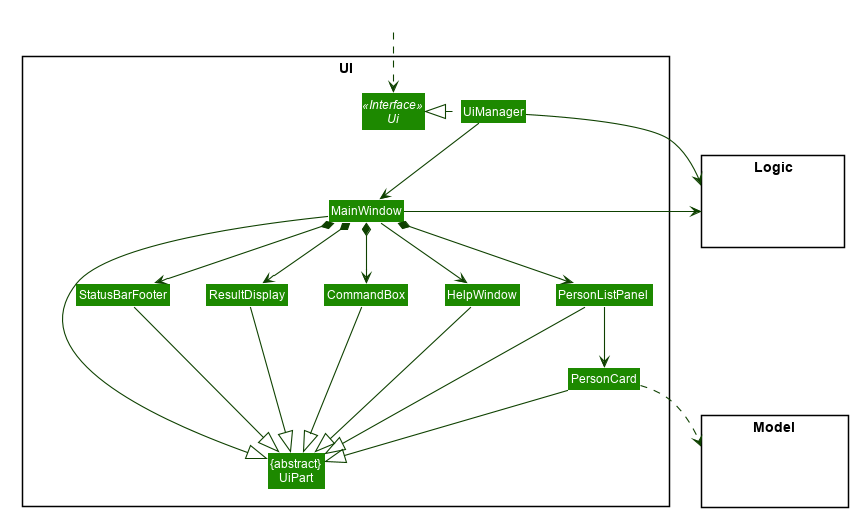
The PlantUML diagram docs/images/UiClassDiagram.png in nus-cs2103-AY1920S1/addressbook-level3, before a commit.
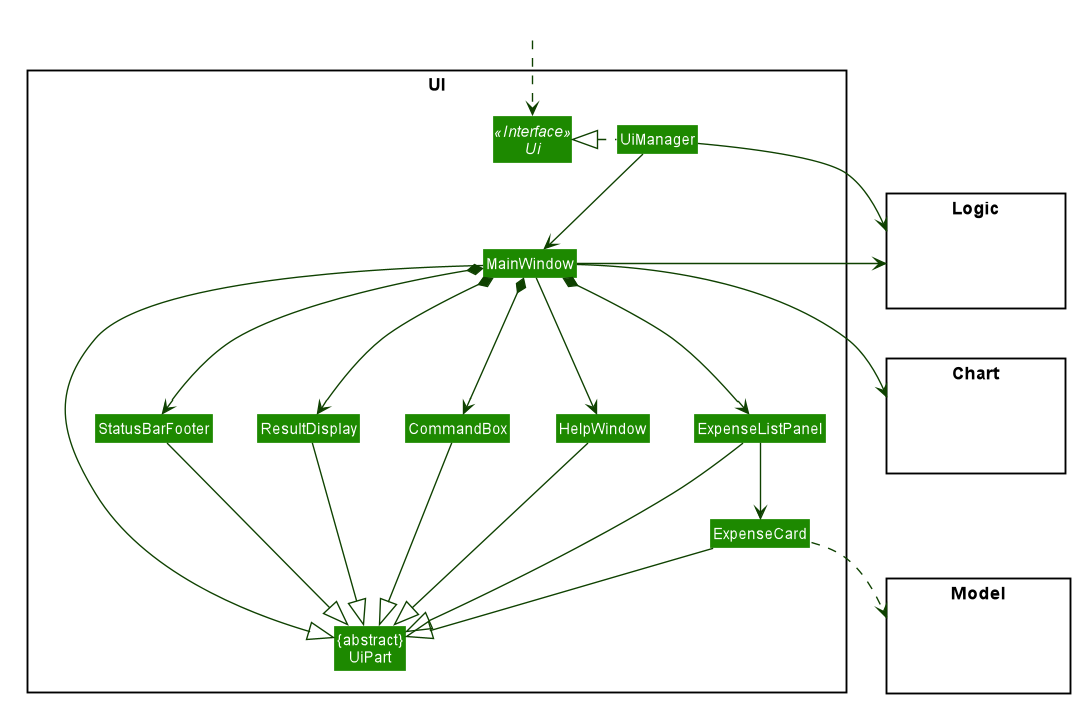
After the change.

Commit message:
Added Chart Component to DG

Change to the diagram source:
```diff
@@ -58,8 +58,8 @@
 Class MainWindow
 Class HelpWindow
 Class ResultDisplay
-Class PersonListPanel
-Class PersonCard
+Class ExpenseListPanel
+Class ExpenseCard
 Class StatusBarFooter
 Class CommandBox
 }
@@ -72,6 +72,10 @@
 Class HiddenLogic #FFFFFF
 }
 
+package Chart <<Rectangle>> {
+Class HiddenChart #FFFFFF
+}
+
 Class HiddenOutside #FFFFFF
 HiddenOutside ..> Ui
 
@@ -80,25 +84,26 @@
 MainWindow --> HelpWindow
 MainWindow *-down-> CommandBox
 MainWindow *-down-> ResultDisplay
-MainWindow *-down-> PersonListPanel
+MainWindow *-down-> ExpenseListPanel
 MainWindow *-down-> StatusBarFooter
 
-PersonListPanel -down-> PersonCard
+ExpenseListPanel -down-> ExpenseCard
 
 MainWindow -left-|> UiPart
 
 ResultDisplay --|> UiPart
 CommandBox --|> UiPart
-PersonListPanel --|> UiPart
-PersonCard --|> UiPart
+ExpenseListPanel --|> UiPart
+ExpenseCard --|> UiPart
 StatusBarFooter --|> UiPart
 HelpWindow -down-|> UiPart
 
-PersonCard ..> Model
+ExpenseCard ..> Model
 UiManager -right-> Logic
 MainWindow -left-> Logic
+MainWindow -down-> Chart
 
-PersonListPanel -[hidden]left- HelpWindow
+ExpenseListPanel -[hidden]left- HelpWindow
 HelpWindow -[hidden]left- CommandBox
 CommandBox -[hidden]left- ResultDisplay
 ResultDisplay -[hidden]left- StatusBarFooter
```
